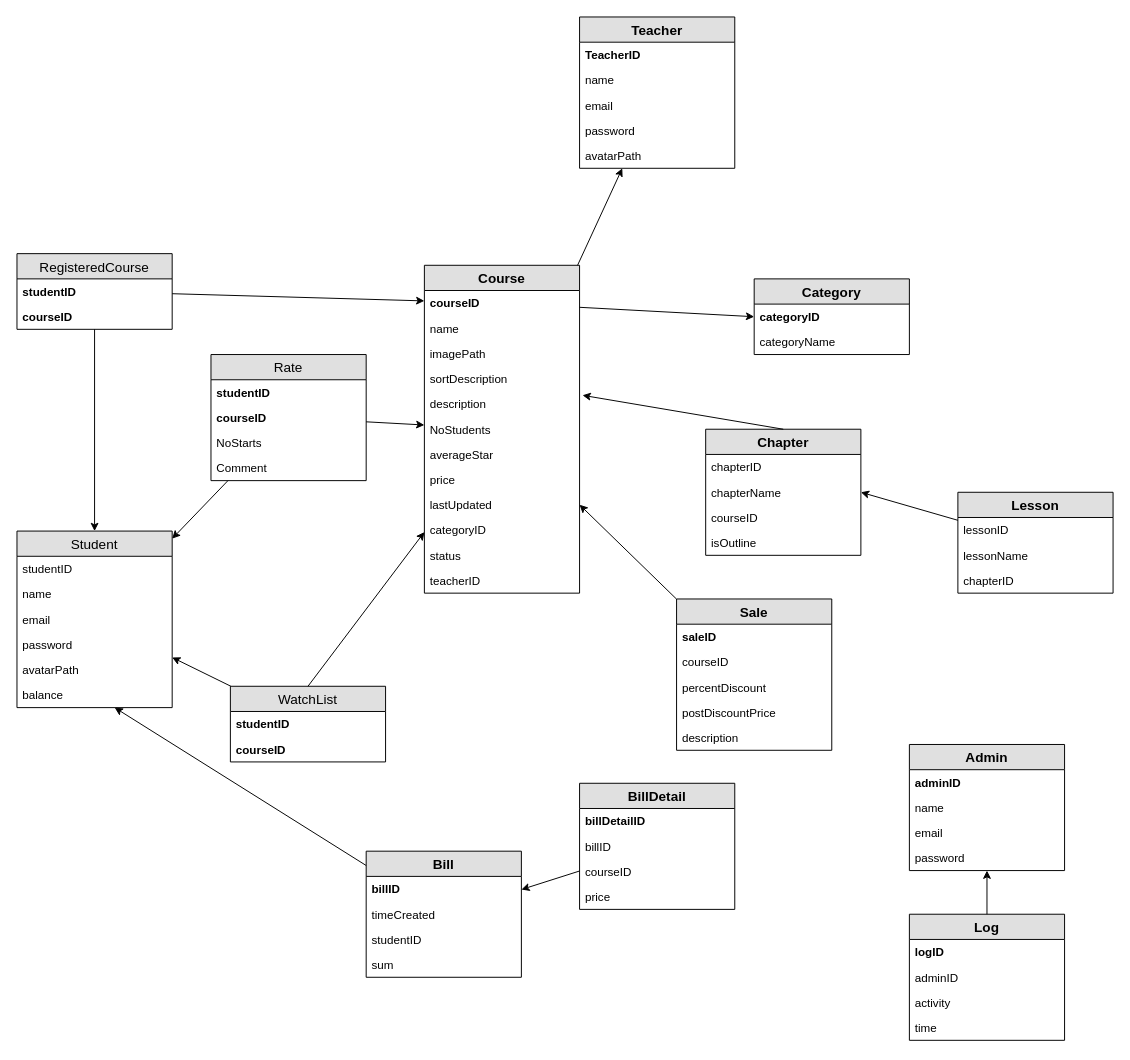
Above: DB.drawio in doan199x/DACK-WEB (draw.io), before the change. Source tidied: cells renumbered, new cells numbered last; positions are measured from the earlier drawing's top-left corner, leaving out a move shared by most shapes. Both pictures are drawn from the tidied source at 97%, with x=0, y=0 at pixel (16, 16).
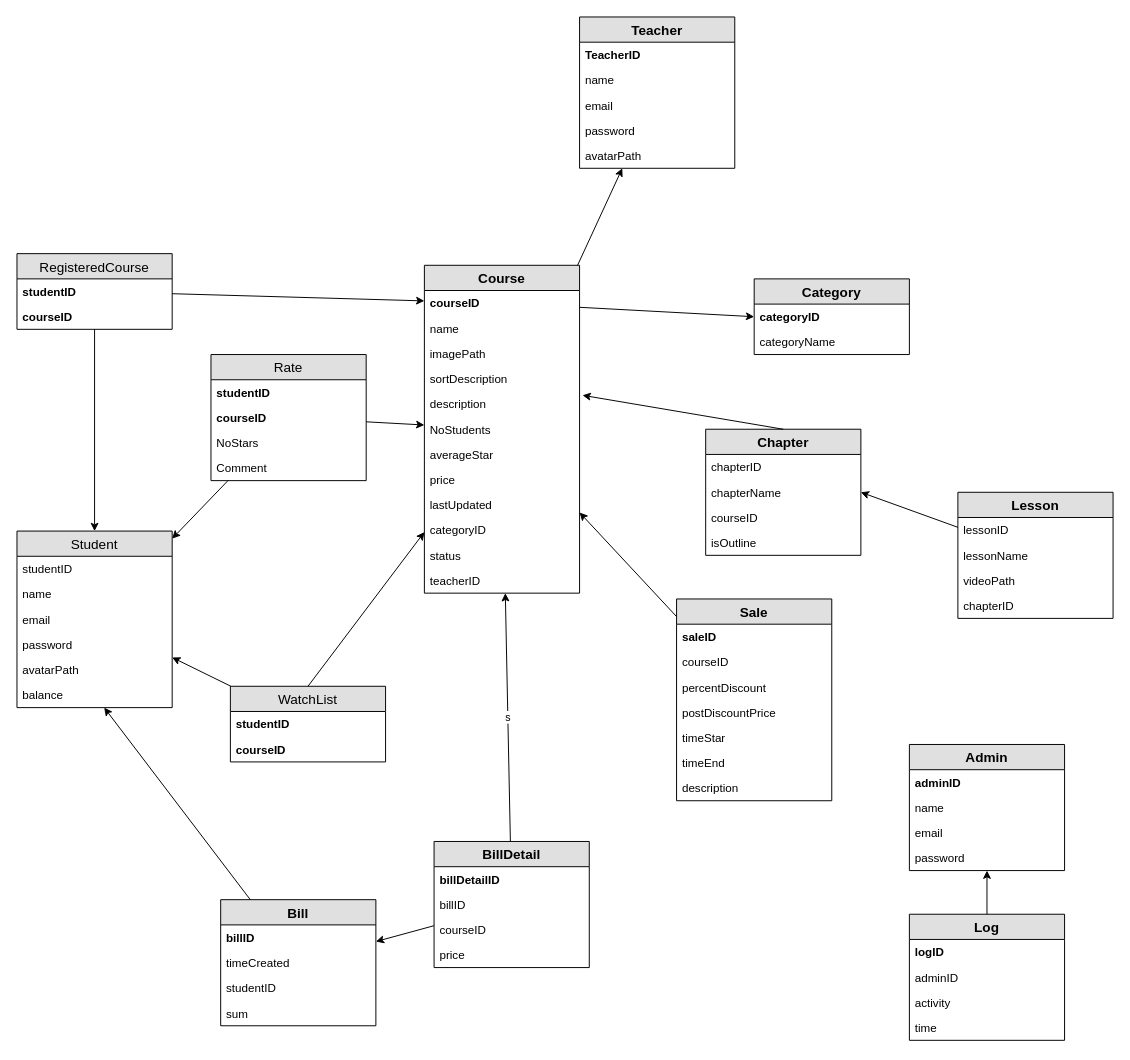
Above is the later version.

Commit message (it also covers changes not shown here):
thêm dữ liệu mẫu

Unchanged cells that the change refers to:
```xml
<mxCell id="2" value="Course" style="swimlane;fontStyle=1;horizontal=1;startSize=26;fillColor=#e0e0e0;swimlaneFillColor=#ffffff;align=center;fontSize=14;" parent="1" vertex="1">
  <mxGeometry x="420" y="256" width="160" height="338" as="geometry" />
</mxCell>
<mxCell id="64" value="Rate" style="swimlane;fontStyle=0;horizontal=1;startSize=26;fillColor=#e0e0e0;swimlaneFillColor=#ffffff;align=center;fontSize=14;" parent="1" vertex="1">
  <mxGeometry x="200" y="348" width="160" height="130" as="geometry" />
</mxCell>
```

Diff of the diagram source:
```diff
@@
     <mxCell id="19" value="Lesson" style="swimlane;fontStyle=1;horizontal=1;startSize=26;fillColor=#e0e0e0;swimlaneFillColor=#ffffff;align=center;fontSize=14;" parent="1" vertex="1">
-      <mxGeometry x="970" y="490" width="160" height="104" as="geometry" />
+      <mxGeometry x="970" y="490" width="160" height="130" as="geometry" />
     </mxCell>
@@
+    <mxCell id="91" value="videoPath" style="text;strokeColor=none;fillColor=none;spacingLeft=4;spacingRight=4;overflow=hidden;fontSize=12;" parent="19" vertex="1">
+      <mxGeometry y="78" width="160" height="26" as="geometry" />
+    </mxCell>
     <mxCell id="22" value="chapterID" style="text;strokeColor=none;fillColor=none;spacingLeft=4;spacingRight=4;overflow=hidden;fontSize=12;" parent="19" vertex="1">
-      <mxGeometry y="78" width="160" height="26" as="geometry" />
+      <mxGeometry y="104" width="160" height="26" as="geometry" />
     </mxCell>
@@
     <mxCell id="47" value="Sale" style="swimlane;fontStyle=1;horizontal=1;startSize=26;fillColor=#e0e0e0;swimlaneFillColor=#ffffff;align=center;fontSize=14;" parent="1" vertex="1">
-      <mxGeometry x="680" y="600" width="160" height="156" as="geometry" />
+      <mxGeometry x="680" y="600" width="160" height="208" as="geometry" />
     </mxCell>
@@
-    <mxCell id="52" value="description" style="text;strokeColor=none;fillColor=none;spacingLeft=4;spacingRight=4;overflow=hidden;fontSize=12;" parent="47" vertex="1">
+    <mxCell id="52" value="timeStar" style="text;strokeColor=none;fillColor=none;spacingLeft=4;spacingRight=4;overflow=hidden;fontSize=12;" parent="47" vertex="1">
       <mxGeometry y="130" width="160" height="26" as="geometry" />
     </mxCell>
+    <mxCell id="92" value="timeEnd" style="text;strokeColor=none;fillColor=none;spacingLeft=4;spacingRight=4;overflow=hidden;fontSize=12;" parent="47" vertex="1">
+      <mxGeometry y="156" width="160" height="26" as="geometry" />
+    </mxCell>
+    <mxCell id="93" value="description" style="text;strokeColor=none;fillColor=none;spacingLeft=4;spacingRight=4;overflow=hidden;fontSize=12;" parent="47" vertex="1">
+      <mxGeometry y="182" width="160" height="26" as="geometry" />
+    </mxCell>
     <mxCell id="53" value="Bill" style="swimlane;fontStyle=1;horizontal=1;startSize=26;fillColor=#e0e0e0;swimlaneFillColor=#ffffff;align=center;fontSize=14;" parent="1" vertex="1">
-      <mxGeometry x="360" y="860" width="160" height="130" as="geometry" />
+      <mxGeometry x="210" y="910" width="160" height="130" as="geometry" />
     </mxCell>
@@
     <mxCell id="58" value="BillDetail" style="swimlane;fontStyle=1;horizontal=1;startSize=26;fillColor=#e0e0e0;swimlaneFillColor=#ffffff;align=center;fontSize=14;" parent="1" vertex="1">
-      <mxGeometry x="580" y="790" width="160" height="130" as="geometry" />
+      <mxGeometry x="430" y="850" width="160" height="130" as="geometry" />
     </mxCell>
@@
-    <mxCell id="67" value="NoStarts" style="text;strokeColor=none;fillColor=none;spacingLeft=4;spacingRight=4;overflow=hidden;fontSize=12;" parent="64" vertex="1">
+    <mxCell id="67" value="NoStars" style="text;strokeColor=none;fillColor=none;spacingLeft=4;spacingRight=4;overflow=hidden;fontSize=12;" parent="64" vertex="1">
       <mxGeometry y="78" width="160" height="26" as="geometry" />
     </mxCell>
@@
+    <mxCell id="94" value="s" style="endArrow=classic;html=1;" parent="1" edge="1" source="58" target="2">
+      <mxGeometry relative="1" as="geometry" />
+    </mxCell>
```
